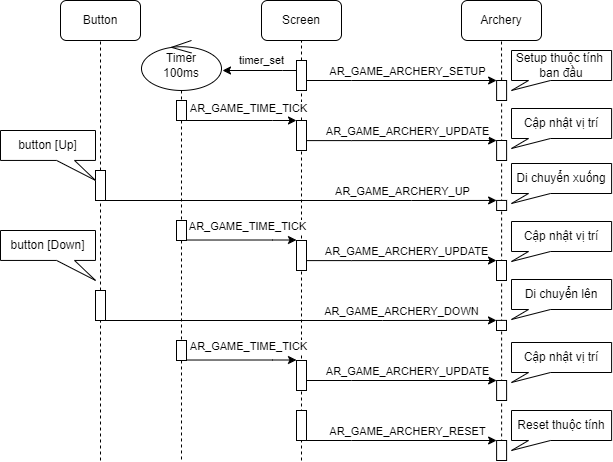
The draw.io diagram images/sequence_object/archery_sequence.png in QuocBuu/tai_lieu_archery_game, before a commit. Source tidied: cells renumbered, new cells last; positions are measured from the earlier drawing's top-left corner, leaving out a move shared by most shapes. Source of this version:
```xml
<mxGraphModel>
  <root>
    <mxCell id="0" />
    <mxCell id="1" parent="0" />
    <mxCell id="2" value="Screen" style="rounded=1;whiteSpace=wrap;html=1;" parent="1" vertex="1">
      <mxGeometry x="261" width="80" height="40" as="geometry" />
    </mxCell>
    <mxCell id="3" value="Button" style="rounded=1;whiteSpace=wrap;html=1;" parent="1" vertex="1">
      <mxGeometry x="60" width="80" height="40" as="geometry" />
    </mxCell>
    <mxCell id="4" value="Archery" style="rounded=1;whiteSpace=wrap;html=1;" parent="1" vertex="1">
      <mxGeometry x="461" width="80" height="40" as="geometry" />
    </mxCell>
    <mxCell id="5" style="endArrow=none;dashed=1;html=1;rounded=0;entryX=0.5;entryY=1;entryDx=0;entryDy=0;" parent="1" edge="1" source="47" target="2">
      <mxGeometry relative="1" as="geometry" />
    </mxCell>
    <mxCell id="6" style="endArrow=none;dashed=1;html=1;rounded=0;entryX=0.5;entryY=1;entryDx=0;entryDy=0;" parent="1" edge="1" source="13" target="3">
      <mxGeometry relative="1" as="geometry" />
    </mxCell>
    <mxCell id="7" style="endArrow=none;dashed=1;html=1;rounded=0;entryX=0.5;entryY=1;entryDx=0;entryDy=0;" parent="1" edge="1" source="11" target="4">
      <mxGeometry relative="1" as="geometry" />
    </mxCell>
    <mxCell id="8" style="edgeStyle=orthogonalEdgeStyle;rounded=0;jettySize=auto;html=1;entryX=0;entryY=0;entryDx=0;entryDy=0;" parent="1" edge="1" target="11">
      <mxGeometry relative="1" as="geometry">
        <mxPoint x="306.1" y="80" as="sourcePoint" />
        <Array as="points">
          <mxPoint x="351.1" y="80" />
          <mxPoint x="351.1" y="80" />
        </Array>
      </mxGeometry>
    </mxCell>
    <mxCell id="9" value="AR_GAME_ARCHERY_SETUP" style="edgeLabel;html=1;align=center;verticalAlign=middle;" parent="8" vertex="1">
      <mxGeometry x="-0.03" y="-2" relative="1" as="geometry">
        <mxPoint x="8" y="-12" as="offset" />
      </mxGeometry>
    </mxCell>
    <mxCell id="10" style="endArrow=none;dashed=1;html=1;rounded=0;entryX=0.5;entryY=1;entryDx=0;entryDy=0;exitX=0.5;exitY=1;exitDx=0;exitDy=0;" parent="1" edge="1" source="33" target="11">
      <mxGeometry relative="1" as="geometry" />
    </mxCell>
    <mxCell id="11" style="rounded=0;whiteSpace=wrap;html=1;" parent="1" vertex="1">
      <mxGeometry x="496.1" y="80" width="10" height="20" as="geometry" />
    </mxCell>
    <mxCell id="12" style="endArrow=none;dashed=1;html=1;rounded=0;entryX=0.5;entryY=1;entryDx=0;entryDy=0;" parent="1" edge="1" source="21" target="13">
      <mxGeometry relative="1" as="geometry" />
    </mxCell>
    <mxCell id="13" style="rounded=0;whiteSpace=wrap;html=1;" parent="1" vertex="1">
      <mxGeometry x="95" y="170" width="10" height="30" as="geometry" />
    </mxCell>
    <mxCell id="14" style="edgeStyle=orthogonalEdgeStyle;rounded=0;jettySize=auto;html=1;entryX=0;entryY=0;entryDx=0;entryDy=0;exitX=0.989;exitY=0.265;exitDx=0;exitDy=0;exitPerimeter=0;" parent="1" edge="1" target="16">
      <mxGeometry relative="1" as="geometry">
        <mxPoint x="306" y="140.1" as="sourcePoint" />
        <Array as="points">
          <mxPoint x="351.1" y="140" />
        </Array>
      </mxGeometry>
    </mxCell>
    <mxCell id="15" value="AR_GAME_ARCHERY_UPDATE" style="edgeLabel;html=1;align=center;verticalAlign=middle;" parent="14" vertex="1">
      <mxGeometry x="-0.03" y="-2" relative="1" as="geometry">
        <mxPoint x="8" y="-12" as="offset" />
      </mxGeometry>
    </mxCell>
    <mxCell id="16" style="rounded=0;whiteSpace=wrap;html=1;" parent="1" vertex="1">
      <mxGeometry x="496.1" y="140" width="10" height="20" as="geometry" />
    </mxCell>
    <mxCell id="17" style="edgeStyle=orthogonalEdgeStyle;rounded=0;jettySize=auto;html=1;entryX=0;entryY=0;entryDx=0;entryDy=0;exitX=0.989;exitY=0.265;exitDx=0;exitDy=0;exitPerimeter=0;" parent="1" edge="1" target="19">
      <mxGeometry relative="1" as="geometry">
        <mxPoint x="306.1" y="380" as="sourcePoint" />
        <Array as="points">
          <mxPoint x="351.1" y="380" />
        </Array>
      </mxGeometry>
    </mxCell>
    <mxCell id="18" value="AR_GAME_ARCHERY_UPDATE" style="edgeLabel;html=1;align=center;verticalAlign=middle;" parent="17" vertex="1">
      <mxGeometry x="-0.03" y="-2" relative="1" as="geometry">
        <mxPoint x="8" y="-12" as="offset" />
      </mxGeometry>
    </mxCell>
    <mxCell id="19" style="rounded=0;whiteSpace=wrap;html=1;" parent="1" vertex="1">
      <mxGeometry x="496.1" y="380" width="10" height="20" as="geometry" />
    </mxCell>
    <mxCell id="20" style="endArrow=none;dashed=1;html=1;rounded=0;entryX=0.5;entryY=1;entryDx=0;entryDy=0;" parent="1" edge="1" target="21">
      <mxGeometry relative="1" as="geometry">
        <mxPoint x="100" y="460" as="sourcePoint" />
      </mxGeometry>
    </mxCell>
    <mxCell id="21" style="rounded=0;whiteSpace=wrap;html=1;" parent="1" vertex="1">
      <mxGeometry x="95" y="290" width="10" height="30" as="geometry" />
    </mxCell>
    <mxCell id="22" style="edgeStyle=orthogonalEdgeStyle;rounded=0;jettySize=auto;html=1;entryX=0;entryY=0;entryDx=0;entryDy=0;exitX=1;exitY=1;exitDx=0;exitDy=0;" parent="1" edge="1" source="13" target="24">
      <mxGeometry relative="1" as="geometry">
        <Array as="points">
          <mxPoint x="411" y="200" />
          <mxPoint x="411" y="200" />
        </Array>
      </mxGeometry>
    </mxCell>
    <mxCell id="23" value="AR_GAME_ARCHERY_UP" style="edgeLabel;html=1;align=center;verticalAlign=middle;" parent="22" vertex="1">
      <mxGeometry x="-0.03" y="-2" relative="1" as="geometry">
        <mxPoint x="107" y="-12" as="offset" />
      </mxGeometry>
    </mxCell>
    <mxCell id="24" style="rounded=0;whiteSpace=wrap;html=1;" parent="1" vertex="1">
      <mxGeometry x="496.1" y="199.9" width="10" height="10.1" as="geometry" />
    </mxCell>
    <mxCell id="25" style="edgeStyle=orthogonalEdgeStyle;rounded=0;jettySize=auto;html=1;entryX=0;entryY=0;entryDx=0;entryDy=0;exitX=0.989;exitY=0.265;exitDx=0;exitDy=0;exitPerimeter=0;" parent="1" edge="1" target="27">
      <mxGeometry relative="1" as="geometry">
        <mxPoint x="305.9" y="260.1" as="sourcePoint" />
        <Array as="points">
          <mxPoint x="351" y="260" />
        </Array>
      </mxGeometry>
    </mxCell>
    <mxCell id="26" value="AR_GAME_ARCHERY_UPDATE" style="edgeLabel;html=1;align=center;verticalAlign=middle;" parent="25" vertex="1">
      <mxGeometry x="-0.03" y="-2" relative="1" as="geometry">
        <mxPoint x="8" y="-12" as="offset" />
      </mxGeometry>
    </mxCell>
    <mxCell id="27" style="rounded=0;whiteSpace=wrap;html=1;" parent="1" vertex="1">
      <mxGeometry x="496" y="260" width="10" height="20" as="geometry" />
    </mxCell>
    <mxCell id="28" style="edgeStyle=orthogonalEdgeStyle;rounded=0;jettySize=auto;html=1;entryX=0;entryY=0;entryDx=0;entryDy=0;exitX=1;exitY=1;exitDx=0;exitDy=0;" parent="1" edge="1" source="21" target="30">
      <mxGeometry relative="1" as="geometry">
        <Array as="points">
          <mxPoint x="382" y="320" />
          <mxPoint x="382" y="320" />
        </Array>
      </mxGeometry>
    </mxCell>
    <mxCell id="29" value="AR_GAME_ARCHERY_DOWN" style="edgeLabel;html=1;align=center;verticalAlign=middle;" parent="28" vertex="1">
      <mxGeometry x="-0.03" y="-2" relative="1" as="geometry">
        <mxPoint x="106" y="-12" as="offset" />
      </mxGeometry>
    </mxCell>
    <mxCell id="30" style="rounded=0;whiteSpace=wrap;html=1;" parent="1" vertex="1">
      <mxGeometry x="496" y="319.9" width="10" height="10.1" as="geometry" />
    </mxCell>
    <mxCell id="31" style="edgeStyle=orthogonalEdgeStyle;rounded=0;jettySize=auto;html=1;entryX=0;entryY=0;entryDx=0;entryDy=0;exitX=0.989;exitY=0.265;exitDx=0;exitDy=0;exitPerimeter=0;" parent="1" edge="1" target="33">
      <mxGeometry relative="1" as="geometry">
        <mxPoint x="306.1" y="440" as="sourcePoint" />
        <Array as="points">
          <mxPoint x="351.1" y="440" />
        </Array>
      </mxGeometry>
    </mxCell>
    <mxCell id="32" value="AR_GAME_ARCHERY_RESET" style="edgeLabel;html=1;align=center;verticalAlign=middle;" parent="31" vertex="1">
      <mxGeometry x="-0.03" y="-2" relative="1" as="geometry">
        <mxPoint x="8" y="-12" as="offset" />
      </mxGeometry>
    </mxCell>
    <mxCell id="33" style="rounded=0;whiteSpace=wrap;html=1;" parent="1" vertex="1">
      <mxGeometry x="496.1" y="440" width="10" height="20" as="geometry" />
    </mxCell>
    <mxCell id="34" value="button [Down]" style="shape=callout;whiteSpace=wrap;html=1;perimeter=calloutPerimeter;position2=1;base=18;size=20;position=0.59;" parent="1" vertex="1">
      <mxGeometry y="230" width="95" height="49.9" as="geometry" />
    </mxCell>
    <mxCell id="35" value="Setup thuộc tính&amp;nbsp;&lt;br&gt;ban đầu" style="shape=callout;whiteSpace=wrap;html=1;perimeter=calloutPerimeter;position2=0;base=22;size=10;position=0.17;" parent="1" vertex="1">
      <mxGeometry x="511" y="50" width="100.1" height="40" as="geometry" />
    </mxCell>
    <mxCell id="36" value="Cập nhật vị trí" style="shape=callout;whiteSpace=wrap;html=1;perimeter=calloutPerimeter;position2=0;base=22;size=10;position=0.17;" parent="1" vertex="1">
      <mxGeometry x="511" y="108" width="100.1" height="40" as="geometry" />
    </mxCell>
    <mxCell id="37" value="Di chuyển xuống" style="shape=callout;whiteSpace=wrap;html=1;perimeter=calloutPerimeter;position2=0;base=22;size=10;position=0.17;" parent="1" vertex="1">
      <mxGeometry x="511" y="163" width="100.1" height="40" as="geometry" />
    </mxCell>
    <mxCell id="38" value="Cập nhật vị trí" style="shape=callout;whiteSpace=wrap;html=1;perimeter=calloutPerimeter;position2=0;base=22;size=10;position=0.17;" parent="1" vertex="1">
      <mxGeometry x="511" y="221" width="100.1" height="40" as="geometry" />
    </mxCell>
    <mxCell id="39" value="Di chuyển lên" style="shape=callout;whiteSpace=wrap;html=1;perimeter=calloutPerimeter;position2=0;base=22;size=10;position=0.17;" parent="1" vertex="1">
      <mxGeometry x="511" y="279" width="100.1" height="40" as="geometry" />
    </mxCell>
    <mxCell id="40" value="Cập nhật vị trí" style="shape=callout;whiteSpace=wrap;html=1;perimeter=calloutPerimeter;position2=0;base=22;size=10;position=0.17;" parent="1" vertex="1">
      <mxGeometry x="511" y="342" width="100.1" height="40" as="geometry" />
    </mxCell>
    <mxCell id="41" value="Reset thuộc tính" style="shape=callout;whiteSpace=wrap;html=1;perimeter=calloutPerimeter;position2=0;base=22;size=10;position=0.17;" parent="1" vertex="1">
      <mxGeometry x="511" y="410" width="100.1" height="40" as="geometry" />
    </mxCell>
    <mxCell id="42" value="button [Up]" style="shape=callout;whiteSpace=wrap;html=1;perimeter=calloutPerimeter;position2=1;base=18;size=20;position=0.59;" parent="1" vertex="1">
      <mxGeometry y="130" width="95" height="49.9" as="geometry" />
    </mxCell>
    <mxCell id="43" style="endArrow=none;dashed=1;html=1;rounded=0;entryX=0.5;entryY=1;entryDx=0;entryDy=0;" parent="1" edge="1" source="49" target="47">
      <mxGeometry relative="1" as="geometry" />
    </mxCell>
    <mxCell id="44" style="edgeStyle=orthogonalEdgeStyle;rounded=0;jettySize=auto;html=1;" parent="1" edge="1" source="47">
      <mxGeometry relative="1" as="geometry">
        <mxPoint x="222" y="70" as="targetPoint" />
        <Array as="points">
          <mxPoint x="282" y="70" />
          <mxPoint x="282" y="70" />
        </Array>
      </mxGeometry>
    </mxCell>
    <mxCell id="45" value="&lt;div style=&quot;color: rgb(212, 212, 212); background-color: rgb(30, 30, 30); font-family: Consolas, &amp;quot;Courier New&amp;quot;, monospace; font-size: 14px; line-height: 19px;&quot;&gt;&lt;br&gt;&lt;/div&gt;" style="edgeLabel;html=1;align=center;verticalAlign=middle;" parent="44" vertex="1">
      <mxGeometry x="0.18" relative="1" as="geometry" />
    </mxCell>
    <mxCell id="46" value="timer_set" style="edgeLabel;html=1;align=center;verticalAlign=middle;" parent="44" vertex="1">
      <mxGeometry x="0.3" y="-1" relative="1" as="geometry">
        <mxPoint x="12" y="-10" as="offset" />
      </mxGeometry>
    </mxCell>
    <mxCell id="47" style="rounded=0;whiteSpace=wrap;html=1;" parent="1" vertex="1">
      <mxGeometry x="296" y="60" width="10" height="30" as="geometry" />
    </mxCell>
    <mxCell id="48" style="endArrow=none;dashed=1;html=1;rounded=0;entryX=0.5;entryY=1;entryDx=0;entryDy=0;" parent="1" edge="1" target="49">
      <mxGeometry relative="1" as="geometry">
        <mxPoint x="301" y="460" as="sourcePoint" />
      </mxGeometry>
    </mxCell>
    <mxCell id="49" style="rounded=0;whiteSpace=wrap;html=1;" parent="1" vertex="1">
      <mxGeometry x="296" y="120" width="10" height="30" as="geometry" />
    </mxCell>
    <mxCell id="50" style="rounded=0;whiteSpace=wrap;html=1;" parent="1" vertex="1">
      <mxGeometry x="296" y="240" width="10" height="30" as="geometry" />
    </mxCell>
    <mxCell id="51" style="rounded=0;whiteSpace=wrap;html=1;" parent="1" vertex="1">
      <mxGeometry x="296" y="360" width="10" height="30" as="geometry" />
    </mxCell>
    <mxCell id="52" style="endArrow=none;dashed=1;html=1;rounded=0;entryX=0.5;entryY=1;entryDx=0;entryDy=0;" parent="1" edge="1" target="53">
      <mxGeometry relative="1" as="geometry">
        <mxPoint x="301" y="440" as="sourcePoint" />
      </mxGeometry>
    </mxCell>
    <mxCell id="53" style="rounded=0;whiteSpace=wrap;html=1;" parent="1" vertex="1">
      <mxGeometry x="296" y="410" width="10" height="30" as="geometry" />
    </mxCell>
    <mxCell id="54" value="Timer&lt;br&gt;100ms" style="shape=umlLifeline;perimeter=lifelinePerimeter;whiteSpace=wrap;html=1;newEdgeStyle={&quot;curved&quot;:0,&quot;rounded&quot;:0};participant=umlControl;verticalAlign=middle;size=50;" parent="1" vertex="1">
      <mxGeometry x="141" y="40" width="80" height="420" as="geometry" />
    </mxCell>
    <mxCell id="55" style="edgeStyle=orthogonalEdgeStyle;rounded=0;jettySize=auto;html=1;" parent="1" edge="1" source="57" target="49">
      <mxGeometry relative="1" as="geometry">
        <Array as="points">
          <mxPoint x="272" y="120" />
          <mxPoint x="272" y="120" />
        </Array>
      </mxGeometry>
    </mxCell>
    <mxCell id="56" value="AR_GAME_TIME_TICK" style="edgeLabel;html=1;align=center;verticalAlign=middle;" parent="55" vertex="1">
      <mxGeometry x="-0.11" y="1" relative="1" as="geometry">
        <mxPoint x="12" y="-12" as="offset" />
      </mxGeometry>
    </mxCell>
    <mxCell id="57" style="rounded=0;whiteSpace=wrap;html=1;" parent="1" vertex="1">
      <mxGeometry x="176" y="100" width="10" height="20" as="geometry" />
    </mxCell>
    <mxCell id="58" style="rounded=0;whiteSpace=wrap;html=1;" parent="1" vertex="1">
      <mxGeometry x="176" y="220" width="10" height="20" as="geometry" />
    </mxCell>
    <mxCell id="59" style="rounded=0;whiteSpace=wrap;html=1;" parent="1" vertex="1">
      <mxGeometry x="176" y="340" width="10" height="20" as="geometry" />
    </mxCell>
    <mxCell id="60" style="edgeStyle=orthogonalEdgeStyle;rounded=0;orthogonalLoop=1;jettySize=auto;html=1;" parent="1" edge="1">
      <mxGeometry relative="1" as="geometry">
        <mxPoint x="186" y="239.5" as="sourcePoint" />
        <mxPoint x="296" y="239.5" as="targetPoint" />
        <Array as="points">
          <mxPoint x="272" y="239.5" />
          <mxPoint x="272" y="239.5" />
        </Array>
      </mxGeometry>
    </mxCell>
    <mxCell id="61" value="AR_GAME_TIME_TICK" style="edgeLabel;html=1;align=center;verticalAlign=middle;" parent="60" vertex="1">
      <mxGeometry x="-0.16" y="2" relative="1" as="geometry">
        <mxPoint x="15" y="-12" as="offset" />
      </mxGeometry>
    </mxCell>
    <mxCell id="62" style="edgeStyle=orthogonalEdgeStyle;rounded=0;orthogonalLoop=1;jettySize=auto;html=1;" parent="1" edge="1">
      <mxGeometry relative="1" as="geometry">
        <mxPoint x="186" y="359.5" as="sourcePoint" />
        <mxPoint x="296" y="359.5" as="targetPoint" />
        <Array as="points">
          <mxPoint x="272" y="359.5" />
          <mxPoint x="272" y="359.5" />
        </Array>
      </mxGeometry>
    </mxCell>
    <mxCell id="63" value="AR_GAME_TIME_TICK" style="edgeLabel;html=1;align=center;verticalAlign=middle;" parent="62" vertex="1">
      <mxGeometry x="0.12" relative="1" as="geometry">
        <mxPoint y="-14" as="offset" />
      </mxGeometry>
    </mxCell>
  </root>
</mxGraphModel>
```
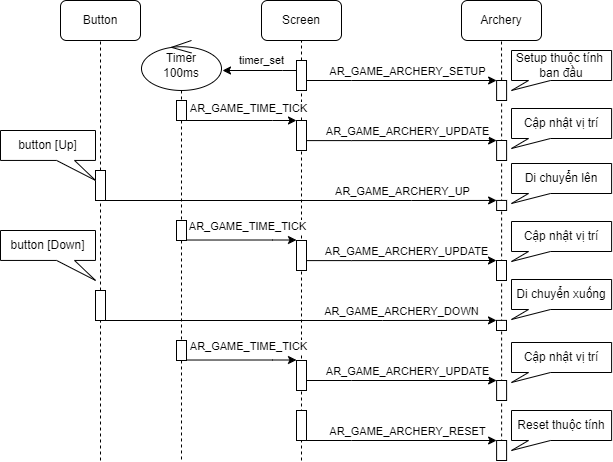
After the change.

Change to the diagram source:
```diff
@@ -159,13 +159,13 @@
     <mxCell id="36" value="Cập nhật vị trí" style="shape=callout;whiteSpace=wrap;html=1;perimeter=calloutPerimeter;position2=0;base=22;size=10;position=0.17;" parent="1" vertex="1">
       <mxGeometry x="511" y="108" width="100.1" height="40" as="geometry" />
     </mxCell>
-    <mxCell id="37" value="Di chuyển xuống" style="shape=callout;whiteSpace=wrap;html=1;perimeter=calloutPerimeter;position2=0;base=22;size=10;position=0.17;" parent="1" vertex="1">
+    <mxCell id="37" value="Di chuyển lên" style="shape=callout;whiteSpace=wrap;html=1;perimeter=calloutPerimeter;position2=0;base=22;size=10;position=0.17;" parent="1" vertex="1">
       <mxGeometry x="511" y="163" width="100.1" height="40" as="geometry" />
     </mxCell>
     <mxCell id="38" value="Cập nhật vị trí" style="shape=callout;whiteSpace=wrap;html=1;perimeter=calloutPerimeter;position2=0;base=22;size=10;position=0.17;" parent="1" vertex="1">
       <mxGeometry x="511" y="221" width="100.1" height="40" as="geometry" />
     </mxCell>
-    <mxCell id="39" value="Di chuyển lên" style="shape=callout;whiteSpace=wrap;html=1;perimeter=calloutPerimeter;position2=0;base=22;size=10;position=0.17;" parent="1" vertex="1">
+    <mxCell id="39" value="Di chuyển xuống" style="shape=callout;whiteSpace=wrap;html=1;perimeter=calloutPerimeter;position2=0;base=22;size=10;position=0.17;" parent="1" vertex="1">
       <mxGeometry x="511" y="279" width="100.1" height="40" as="geometry" />
     </mxCell>
     <mxCell id="40" value="Cập nhật vị trí" style="shape=callout;whiteSpace=wrap;html=1;perimeter=calloutPerimeter;position2=0;base=22;size=10;position=0.17;" parent="1" vertex="1">
```
